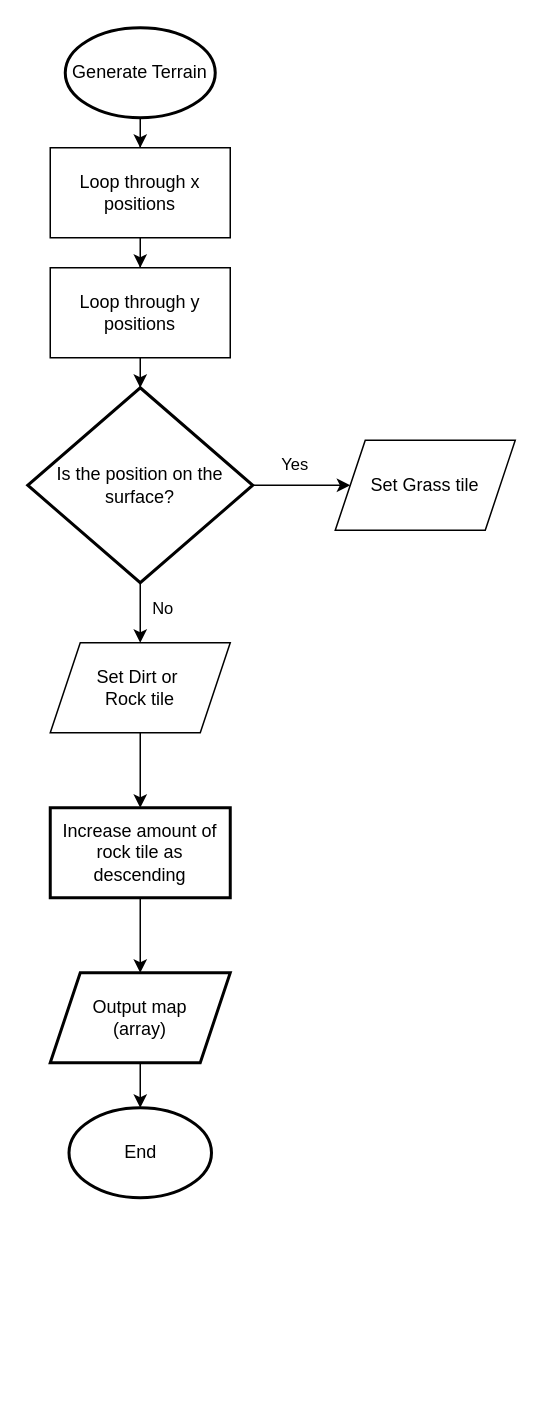
Above: SystemFlowchart.drawio in AlexIzak/ProcGenTool (draw.io), before the change. Source tidied: cells renumbered, new cells numbered last; positions are measured from the earlier drawing's top-left corner, leaving out a move shared by most shapes. Both pictures are drawn from the tidied source at 150%, with x=0, y=0 at pixel (27, 27).
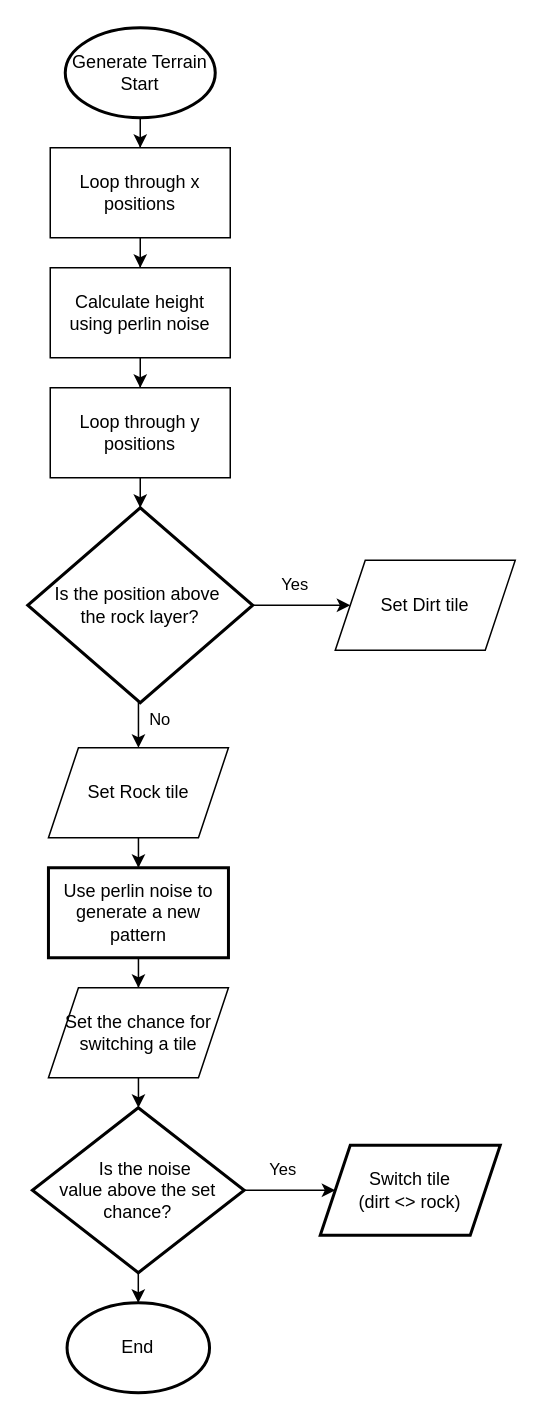
The same page after the edit.

The change refers to these unchanged cells:
```xml
<mxCell id="8" value="Loop through x positions" style="rounded=0;whiteSpace=wrap;html=1;" parent="1" vertex="1">
  <mxGeometry x="15" y="80" width="120" height="60" as="geometry" />
</mxCell>
```

What changed in the source:
```diff
@@
-    <mxCell id="4" value="Is the position on the surface?" style="strokeWidth=2;html=1;shape=mxgraph.flowchart.decision;whiteSpace=wrap;" parent="1" vertex="1">
-      <mxGeometry y="240" width="150" height="130" as="geometry" />
+    <mxCell id="4" value="Is the position above&amp;nbsp;&lt;div&gt;the rock layer?&lt;/div&gt;" style="strokeWidth=2;html=1;shape=mxgraph.flowchart.decision;whiteSpace=wrap;" parent="1" vertex="1">
+      <mxGeometry y="320" width="150" height="130" as="geometry" />
     </mxCell>
@@
-    <mxCell id="6" value="Generate Terrain" style="strokeWidth=2;html=1;shape=mxgraph.flowchart.start_1;whiteSpace=wrap;" parent="1" vertex="1">
+    <mxCell id="6" value="Generate Terrain&lt;div&gt;Start&lt;/div&gt;" style="strokeWidth=2;html=1;shape=mxgraph.flowchart.start_1;whiteSpace=wrap;" parent="1" vertex="1">
       <mxGeometry x="25" width="100" height="60" as="geometry" />
     </mxCell>
-    <mxCell id="7" style="edgeStyle=orthogonalEdgeStyle;rounded=0;jettySize=auto;html=1;" parent="1" edge="1" source="8" target="10">
+    <mxCell id="7" style="edgeStyle=orthogonalEdgeStyle;rounded=0;jettySize=auto;html=1;entryX=0.5;entryY=0;entryDx=0;entryDy=0;" parent="1" edge="1" source="8" target="23">
       <mxGeometry relative="1" as="geometry" />
     </mxCell>
@@
     <mxCell id="10" value="Loop through y positions" style="whiteSpace=wrap;html=1;rounded=0;" parent="1" vertex="1">
-      <mxGeometry x="15" y="160" width="120" height="60" as="geometry" />
+      <mxGeometry x="15" y="240" width="120" height="60" as="geometry" />
     </mxCell>
-    <mxCell id="11" value="Set Grass tile" style="shape=parallelogram;perimeter=parallelogramPerimeter;whiteSpace=wrap;html=1;fixedSize=1;" parent="1" vertex="1">
-      <mxGeometry x="205" y="275" width="120" height="60" as="geometry" />
+    <mxCell id="11" value="Set Dirt tile" style="shape=parallelogram;perimeter=parallelogramPerimeter;whiteSpace=wrap;html=1;fixedSize=1;" parent="1" vertex="1">
+      <mxGeometry x="205" y="355" width="120" height="60" as="geometry" />
     </mxCell>
@@
-    <mxCell id="15" value="Set Dirt or&amp;nbsp;&lt;div&gt;Rock tile&lt;/div&gt;" style="shape=parallelogram;perimeter=parallelogramPerimeter;whiteSpace=wrap;html=1;fixedSize=1;" parent="1" vertex="1">
-      <mxGeometry x="15" y="410" width="120" height="60" as="geometry" />
+    <mxCell id="15" value="Set&amp;nbsp;&lt;span style=&quot;background-color: transparent; color: light-dark(rgb(0, 0, 0), rgb(255, 255, 255));&quot;&gt;Rock tile&lt;/span&gt;" style="shape=parallelogram;perimeter=parallelogramPerimeter;whiteSpace=wrap;html=1;fixedSize=1;" parent="1" vertex="1">
+      <mxGeometry x="13.8" y="480" width="120" height="60" as="geometry" />
     </mxCell>
-    <mxCell id="16" style="edgeStyle=orthogonalEdgeStyle;rounded=0;jettySize=auto;html=1;" parent="1" edge="1" source="17" target="19">
-      <mxGeometry relative="1" as="geometry" />
-    </mxCell>
+    <mxCell id="21" style="edgeStyle=orthogonalEdgeStyle;rounded=0;jettySize=auto;html=1;entryX=0.5;entryY=0;entryDx=0;entryDy=0;" parent="1" edge="1" source="17" target="28">
+      <mxGeometry relative="1" as="geometry" />
+    </mxCell>
-    <mxCell id="17" value="Increase amount of rock tile as descending" style="whiteSpace=wrap;html=1;strokeWidth=2;" parent="1" vertex="1">
-      <mxGeometry x="15" y="520" width="120" height="60" as="geometry" />
+    <mxCell id="17" value="Use perlin noise to generate a new pattern" style="whiteSpace=wrap;html=1;strokeWidth=2;" parent="1" vertex="1">
+      <mxGeometry x="13.8" y="560" width="120" height="60" as="geometry" />
     </mxCell>
-    <mxCell id="18" style="edgeStyle=orthogonalEdgeStyle;rounded=0;jettySize=auto;html=1;" parent="1" edge="1" source="19" target="20">
+    <mxCell id="18" style="edgeStyle=orthogonalEdgeStyle;rounded=0;jettySize=auto;html=1;exitX=0.5;exitY=1;exitDx=0;exitDy=0;" parent="1" edge="1" source="26" target="20">
       <mxGeometry relative="1" as="geometry" />
     </mxCell>
-    <mxCell id="19" value="Output map&lt;div&gt;(array)&lt;/div&gt;" style="shape=parallelogram;perimeter=parallelogramPerimeter;whiteSpace=wrap;html=1;fixedSize=1;strokeWidth=2;" parent="1" vertex="1">
-      <mxGeometry x="15" y="630" width="120" height="60" as="geometry" />
-    </mxCell>
     <mxCell id="20" value="End" style="ellipse;whiteSpace=wrap;html=1;strokeWidth=2;" parent="1" vertex="1">
-      <mxGeometry x="27.5" y="720" width="95" height="60" as="geometry" />
+      <mxGeometry x="26.2" y="850" width="95" height="60" as="geometry" />
     </mxCell>
+    <mxCell id="22" style="edgeStyle=orthogonalEdgeStyle;rounded=0;jettySize=auto;html=1;entryX=0.5;entryY=0;entryDx=0;entryDy=0;" parent="1" edge="1" source="23" target="10">
+      <mxGeometry relative="1" as="geometry" />
+    </mxCell>
+    <mxCell id="23" value="Calculate height using perlin noise" style="rounded=0;whiteSpace=wrap;html=1;" parent="1" vertex="1">
+      <mxGeometry x="15" y="160" width="120" height="60" as="geometry" />
+    </mxCell>
+    <mxCell id="24" style="edgeStyle=orthogonalEdgeStyle;rounded=0;jettySize=auto;html=1;" parent="1" edge="1" source="26" target="29">
+      <mxGeometry relative="1" as="geometry" />
+    </mxCell>
+    <mxCell id="25" value="Yes" style="edgeLabel;html=1;align=center;verticalAlign=middle;" parent="24" vertex="1">
+      <mxGeometry x="-0.37" y="3" relative="1" as="geometry">
+        <mxPoint x="6" y="-12" as="offset" />
+      </mxGeometry>
+    </mxCell>
+    <mxCell id="26" value="&amp;nbsp; &amp;nbsp;Is the noise value&amp;nbsp;&lt;span style=&quot;background-color: transparent; color: light-dark(rgb(0, 0, 0), rgb(255, 255, 255));&quot;&gt;above the set chance?&lt;/span&gt;" style="rhombus;whiteSpace=wrap;html=1;strokeWidth=2;" parent="1" vertex="1">
+      <mxGeometry x="3.1" y="720" width="141.2" height="110" as="geometry" />
+    </mxCell>
+    <mxCell id="27" style="edgeStyle=orthogonalEdgeStyle;rounded=0;jettySize=auto;html=1;" parent="1" edge="1" source="28" target="26">
+      <mxGeometry relative="1" as="geometry" />
+    </mxCell>
+    <mxCell id="28" value="Set the chance for switching a tile" style="shape=parallelogram;perimeter=parallelogramPerimeter;whiteSpace=wrap;html=1;fixedSize=1;" parent="1" vertex="1">
+      <mxGeometry x="13.8" y="640" width="120" height="60" as="geometry" />
+    </mxCell>
+    <mxCell id="29" value="Switch tile&lt;div&gt;(dirt &amp;lt;&amp;gt; rock)&lt;/div&gt;" style="shape=parallelogram;perimeter=parallelogramPerimeter;whiteSpace=wrap;html=1;fixedSize=1;strokeWidth=2;" parent="1" vertex="1">
+      <mxGeometry x="195" y="745" width="120" height="60" as="geometry" />
+    </mxCell>
```
